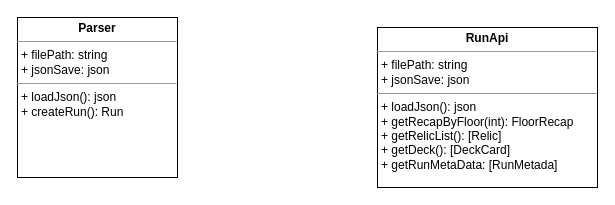
Before: page "Business" (3 of 3) of docs/schema_WiP.drawio in SchOlivier/StsAnalytics, a draw.io diagram. Source tidied: cells renumbered, new cells numbered last; positions are measured from the earlier drawing's top-left corner, leaving out a move shared by most shapes. Both pictures are drawn from the tidied source at 100%, with x=0, y=0 at pixel (17, 17).
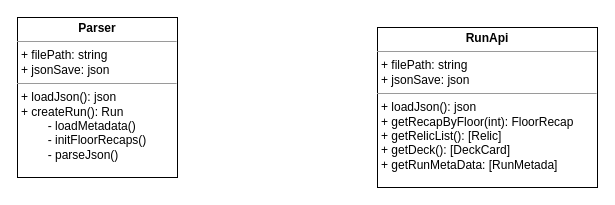
The same page after the edit.

Commit message:
modif schema

The edit, as a diff of the source:
```diff
@@
 <mxGraphModel>
   <root>
     <mxCell id="0" />
     <mxCell id="1" parent="0" />
-    <mxCell id="2" value="&lt;p style=&quot;margin:0px;margin-top:4px;text-align:center;&quot;&gt;&lt;b&gt;Parser&lt;/b&gt;&lt;/p&gt;&lt;hr size=&quot;1&quot;&gt;&lt;p style=&quot;margin:0px;margin-left:4px;&quot;&gt;+ filePath: string&lt;/p&gt;&lt;p style=&quot;margin:0px;margin-left:4px;&quot;&gt;+ jsonSave: json&lt;/p&gt;&lt;hr size=&quot;1&quot;&gt;&lt;p style=&quot;margin:0px;margin-left:4px;&quot;&gt;+ loadJson(): json&lt;/p&gt;&lt;p style=&quot;margin:0px;margin-left:4px;&quot;&gt;+ createRun(): Run&lt;/p&gt;" style="verticalAlign=top;align=left;overflow=fill;fontSize=12;fontFamily=Helvetica;html=1;" parent="1" vertex="1">
+    <mxCell id="2" value="&lt;p style=&quot;margin:0px;margin-top:4px;text-align:center;&quot;&gt;&lt;b&gt;Parser&lt;/b&gt;&lt;/p&gt;&lt;hr size=&quot;1&quot;&gt;&lt;p style=&quot;margin:0px;margin-left:4px;&quot;&gt;+ filePath: string&lt;/p&gt;&lt;p style=&quot;margin:0px;margin-left:4px;&quot;&gt;+ jsonSave: json&lt;/p&gt;&lt;hr size=&quot;1&quot;&gt;&lt;p style=&quot;margin:0px;margin-left:4px;&quot;&gt;+ loadJson(): json&lt;/p&gt;&lt;p style=&quot;margin:0px;margin-left:4px;&quot;&gt;+ createRun(): Run&lt;/p&gt;&lt;p style=&quot;margin:0px;margin-left:4px;&quot;&gt;&lt;span style=&quot;white-space: pre;&quot;&gt;&#9;&lt;/span&gt;- loadMetadata()&lt;br&gt;&lt;/p&gt;&lt;p style=&quot;margin:0px;margin-left:4px;&quot;&gt;&lt;span style=&quot;white-space: pre;&quot;&gt;&#9;&lt;/span&gt;- initFloorRecaps()&lt;br&gt;&lt;/p&gt;&lt;p style=&quot;margin:0px;margin-left:4px;&quot;&gt;&lt;span style=&quot;white-space: pre;&quot;&gt;&#9;&lt;/span&gt;- parseJson()&lt;br&gt;&lt;/p&gt;" style="verticalAlign=top;align=left;overflow=fill;fontSize=12;fontFamily=Helvetica;html=1;" parent="1" vertex="1">
       <mxGeometry width="160" height="160" as="geometry" />
     </mxCell>
     <mxCell id="3" value="&lt;p style=&quot;margin:0px;margin-top:4px;text-align:center;&quot;&gt;&lt;b&gt;RunApi&lt;/b&gt;&lt;/p&gt;&lt;hr size=&quot;1&quot;&gt;&lt;p style=&quot;margin:0px;margin-left:4px;&quot;&gt;+ filePath: string&lt;/p&gt;&lt;p style=&quot;margin:0px;margin-left:4px;&quot;&gt;+ jsonSave: json&lt;/p&gt;&lt;hr size=&quot;1&quot;&gt;&lt;p style=&quot;margin:0px;margin-left:4px;&quot;&gt;+ loadJson(): json&lt;/p&gt;&lt;p style=&quot;margin:0px;margin-left:4px;&quot;&gt;+ getRecapByFloor(int): FloorRecap&lt;/p&gt;&lt;p style=&quot;margin:0px;margin-left:4px;&quot;&gt;+ getRelicList(): [Relic]&lt;/p&gt;&lt;p style=&quot;margin:0px;margin-left:4px;&quot;&gt;+ getDeck(): [DeckCard]&lt;/p&gt;&lt;p style=&quot;margin:0px;margin-left:4px;&quot;&gt;+ getRunMetaData: [RunMetada]&lt;/p&gt;" style="verticalAlign=top;align=left;overflow=fill;fontSize=12;fontFamily=Helvetica;html=1;" parent="1" vertex="1">
       <mxGeometry x="360" y="10" width="220" height="160" as="geometry" />
     </mxCell>
   </root>
 </mxGraphModel>
```
